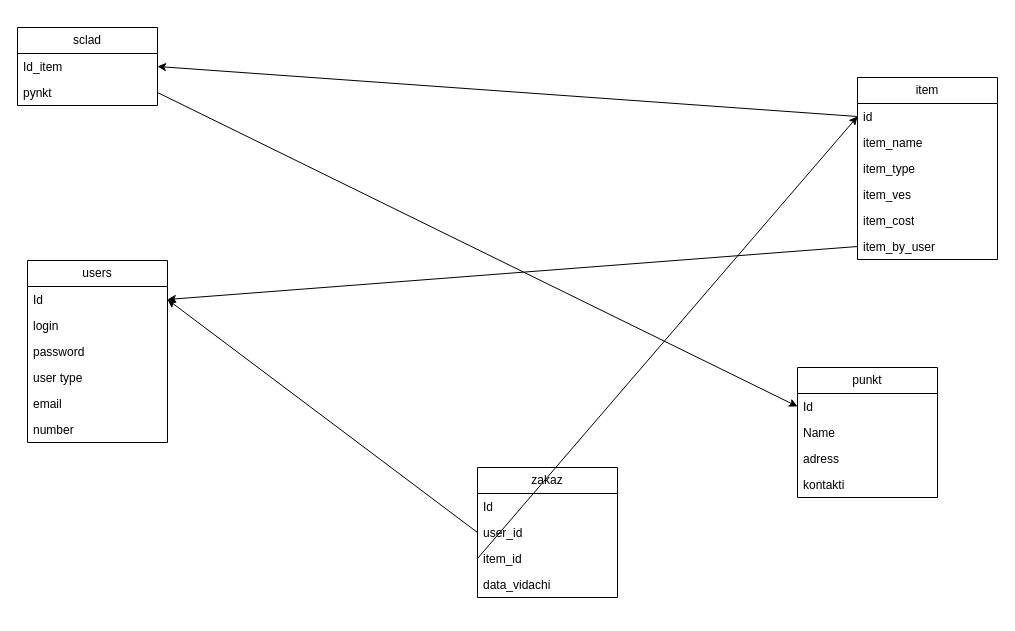
Above: Диаграмма без названия.drawio in ikvankan/auto_sclad_BD (draw.io), before the change. Source tidied: cells renumbered, new cells numbered last; positions are measured from the earlier drawing's top-left corner, leaving out a move shared by most shapes. Both pictures are drawn from the tidied source at 100%, with x=0, y=0 at pixel (17, 27).
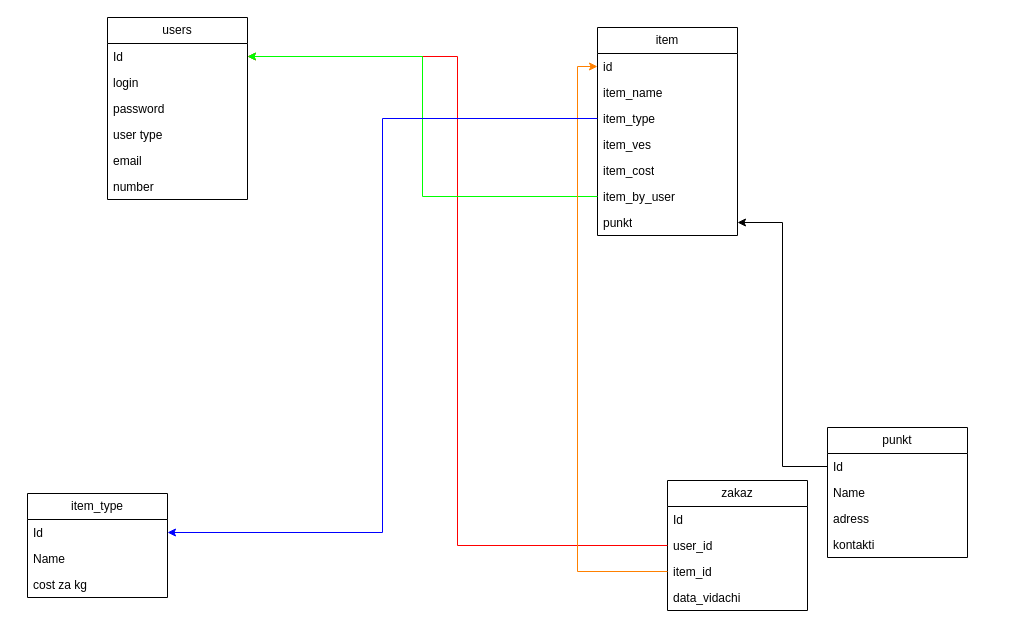
The same diagram, later.

Unchanged cells that the change refers to:
```xml
<mxCell id="3" value="Id" style="text;strokeColor=none;fillColor=none;align=left;verticalAlign=top;spacingLeft=4;spacingRight=4;overflow=hidden;points=[[0,0.5],[1,0.5]];portConstraint=eastwest;whiteSpace=wrap;html=1;" parent="2" vertex="1">
  <mxGeometry y="26" width="140" height="26" as="geometry" />
</mxCell>
<mxCell id="13" value="Id" style="text;strokeColor=none;fillColor=none;align=left;verticalAlign=top;spacingLeft=4;spacingRight=4;overflow=hidden;points=[[0,0.5],[1,0.5]];portConstraint=eastwest;whiteSpace=wrap;html=1;" parent="12" vertex="1">
  <mxGeometry y="26" width="140" height="26" as="geometry" />
</mxCell>
<mxCell id="20" value="user_id" style="text;strokeColor=none;fillColor=none;align=left;verticalAlign=top;spacingLeft=4;spacingRight=4;overflow=hidden;points=[[0,0.5],[1,0.5]];portConstraint=eastwest;whiteSpace=wrap;html=1;" parent="18" vertex="1">
  <mxGeometry y="52" width="140" height="26" as="geometry" />
</mxCell>
<mxCell id="21" value="item_id" style="text;strokeColor=none;fillColor=none;align=left;verticalAlign=top;spacingLeft=4;spacingRight=4;overflow=hidden;points=[[0,0.5],[1,0.5]];portConstraint=eastwest;whiteSpace=wrap;html=1;" parent="18" vertex="1">
  <mxGeometry y="78" width="140" height="26" as="geometry" />
</mxCell>
<mxCell id="25" value="id" style="text;strokeColor=none;fillColor=none;align=left;verticalAlign=top;spacingLeft=4;spacingRight=4;overflow=hidden;points=[[0,0.5],[1,0.5]];portConstraint=eastwest;whiteSpace=wrap;html=1;" parent="24" vertex="1">
  <mxGeometry y="26" width="140" height="26" as="geometry" />
</mxCell>
<mxCell id="27" value="item_type" style="text;strokeColor=none;fillColor=none;align=left;verticalAlign=top;spacingLeft=4;spacingRight=4;overflow=hidden;points=[[0,0.5],[1,0.5]];portConstraint=eastwest;whiteSpace=wrap;html=1;" parent="24" vertex="1">
  <mxGeometry y="78" width="140" height="26" as="geometry" />
</mxCell>
<mxCell id="30" value="item_by_user" style="text;strokeColor=none;fillColor=none;align=left;verticalAlign=top;spacingLeft=4;spacingRight=4;overflow=hidden;points=[[0,0.5],[1,0.5]];portConstraint=eastwest;whiteSpace=wrap;html=1;" parent="24" vertex="1">
  <mxGeometry y="156" width="140" height="26" as="geometry" />
</mxCell>
```

The edit, as a diff of the source:
```diff
@@
     <mxCell id="2" value="users" style="swimlane;fontStyle=0;horizontal=1;startSize=26;fillColor=none;whiteSpace=wrap;html=1;" parent="1" vertex="1">
-      <mxGeometry x="10" y="233" width="140" height="182" as="geometry" />
+      <mxGeometry x="90" y="-10" width="140" height="182" as="geometry" />
     </mxCell>
@@
-    <mxCell id="9" value="sclad" style="swimlane;fontStyle=0;horizontal=1;startSize=26;fillColor=none;whiteSpace=wrap;html=1;" parent="1" vertex="1">
-      <mxGeometry width="140" height="78" as="geometry" />
-    </mxCell>
-    <mxCell id="10" value="Id_item" style="text;strokeColor=none;fillColor=none;align=left;verticalAlign=top;spacingLeft=4;spacingRight=4;overflow=hidden;points=[[0,0.5],[1,0.5]];portConstraint=eastwest;whiteSpace=wrap;html=1;" parent="9" vertex="1">
-      <mxGeometry y="26" width="140" height="26" as="geometry" />
-    </mxCell>
-    <mxCell id="11" value="pynkt" style="text;strokeColor=none;fillColor=none;align=left;verticalAlign=top;spacingLeft=4;spacingRight=4;overflow=hidden;points=[[0,0.5],[1,0.5]];portConstraint=eastwest;whiteSpace=wrap;html=1;" parent="9" vertex="1">
-      <mxGeometry y="52" width="140" height="26" as="geometry" />
-    </mxCell>
     <mxCell id="12" value="punkt" style="swimlane;fontStyle=0;horizontal=1;startSize=26;fillColor=none;whiteSpace=wrap;html=1;" parent="1" vertex="1">
-      <mxGeometry x="780" y="340" width="140" height="130" as="geometry" />
+      <mxGeometry x="810" y="400" width="140" height="130" as="geometry" />
     </mxCell>
@@
-    <mxCell id="17" style="rounded=0;jettySize=auto;html=1;exitX=1;exitY=0.5;exitDx=0;exitDy=0;entryX=0;entryY=0.5;entryDx=0;entryDy=0;" parent="1" edge="1" source="11" target="13">
-      <mxGeometry relative="1" as="geometry" />
-    </mxCell>
     <mxCell id="18" value="zakaz" style="swimlane;fontStyle=0;horizontal=1;startSize=26;fillColor=none;whiteSpace=wrap;html=1;" parent="1" vertex="1">
-      <mxGeometry x="460" y="440" width="140" height="130" as="geometry" />
+      <mxGeometry x="650" y="453" width="140" height="130" as="geometry" />
     </mxCell>
@@
-    <mxCell id="23" style="rounded=0;jettySize=auto;html=1;exitX=0;exitY=0.5;exitDx=0;exitDy=0;entryX=1;entryY=0.5;entryDx=0;entryDy=0;" parent="1" edge="1" source="20" target="3">
+    <mxCell id="23" style="rounded=0;jettySize=auto;html=1;exitX=0;exitY=0.5;exitDx=0;exitDy=0;entryX=1;entryY=0.5;entryDx=0;entryDy=0;edgeStyle=orthogonalEdgeStyle;strokeColor=#FF0000;" parent="1" edge="1" source="20" target="3">
       <mxGeometry relative="1" as="geometry" />
     </mxCell>
     <mxCell id="24" value="item" style="swimlane;fontStyle=0;horizontal=1;startSize=26;fillColor=none;whiteSpace=wrap;html=1;" parent="1" vertex="1">
-      <mxGeometry x="840" y="50" width="140" height="182" as="geometry" />
+      <mxGeometry x="580" width="140" height="208" as="geometry" />
     </mxCell>
@@
-    <mxCell id="31" style="rounded=0;jettySize=auto;html=1;exitX=0;exitY=0.5;exitDx=0;exitDy=0;entryX=1;entryY=0.5;entryDx=0;entryDy=0;" parent="1" edge="1" source="25" target="10">
-      <mxGeometry relative="1" as="geometry" />
-    </mxCell>
+    <mxCell id="34" value="punkt" style="text;strokeColor=none;fillColor=none;align=left;verticalAlign=top;spacingLeft=4;spacingRight=4;overflow=hidden;points=[[0,0.5],[1,0.5]];portConstraint=eastwest;whiteSpace=wrap;html=1;" parent="24" vertex="1">
+      <mxGeometry y="182" width="140" height="26" as="geometry" />
+    </mxCell>
-    <mxCell id="32" style="rounded=0;jettySize=auto;html=1;exitX=0;exitY=0.5;exitDx=0;exitDy=0;entryX=1;entryY=0.5;entryDx=0;entryDy=0;" parent="1" edge="1" source="30" target="3">
+    <mxCell id="32" style="rounded=0;jettySize=auto;html=1;exitX=0;exitY=0.5;exitDx=0;exitDy=0;entryX=1;entryY=0.5;entryDx=0;entryDy=0;edgeStyle=orthogonalEdgeStyle;strokeColor=#00FF00;" parent="1" edge="1" source="30" target="3">
       <mxGeometry relative="1" as="geometry" />
     </mxCell>
-    <mxCell id="33" style="rounded=0;jettySize=auto;html=1;exitX=0;exitY=0.5;exitDx=0;exitDy=0;entryX=0;entryY=0.5;entryDx=0;entryDy=0;" parent="1" edge="1" source="21" target="25">
+    <mxCell id="33" style="rounded=0;jettySize=auto;html=1;exitX=0;exitY=0.5;exitDx=0;exitDy=0;entryX=0;entryY=0.5;entryDx=0;entryDy=0;edgeStyle=orthogonalEdgeStyle;strokeColor=#FF8000;" parent="1" edge="1" source="21" target="25">
       <mxGeometry relative="1" as="geometry" />
     </mxCell>
+    <mxCell id="35" value="item_type" style="swimlane;fontStyle=0;horizontal=1;startSize=26;fillColor=none;whiteSpace=wrap;html=1;" parent="1" vertex="1">
+      <mxGeometry x="10" y="466" width="140" height="104" as="geometry" />
+    </mxCell>
+    <mxCell id="36" value="Id" style="text;strokeColor=none;fillColor=none;align=left;verticalAlign=top;spacingLeft=4;spacingRight=4;overflow=hidden;points=[[0,0.5],[1,0.5]];portConstraint=eastwest;whiteSpace=wrap;html=1;" parent="35" vertex="1">
+      <mxGeometry y="26" width="140" height="26" as="geometry" />
+    </mxCell>
+    <mxCell id="37" value="Name" style="text;strokeColor=none;fillColor=none;align=left;verticalAlign=top;spacingLeft=4;spacingRight=4;overflow=hidden;whiteSpace=wrap;html=1;" parent="35" vertex="1">
+      <mxGeometry y="52" width="140" height="26" as="geometry" />
+    </mxCell>
+    <mxCell id="38" value="cost za kg" style="text;strokeColor=none;fillColor=none;align=left;verticalAlign=top;spacingLeft=4;spacingRight=4;overflow=hidden;whiteSpace=wrap;html=1;" parent="35" vertex="1">
+      <mxGeometry y="78" width="140" height="26" as="geometry" />
+    </mxCell>
+    <mxCell id="39" style="rounded=0;jettySize=auto;html=1;exitX=0;exitY=0.5;exitDx=0;exitDy=0;entryX=1;entryY=0.5;entryDx=0;entryDy=0;edgeStyle=orthogonalEdgeStyle;strokeColor=#0000FF;" parent="1" edge="1" source="27" target="36">
+      <mxGeometry relative="1" as="geometry" />
+    </mxCell>
+    <mxCell id="40" style="edgeStyle=orthogonalEdgeStyle;rounded=0;jettySize=auto;html=1;exitX=0;exitY=0.5;exitDx=0;exitDy=0;entryX=1;entryY=0.5;entryDx=0;entryDy=0;" parent="1" edge="1" source="13" target="34">
+      <mxGeometry relative="1" as="geometry" />
+    </mxCell>
```
